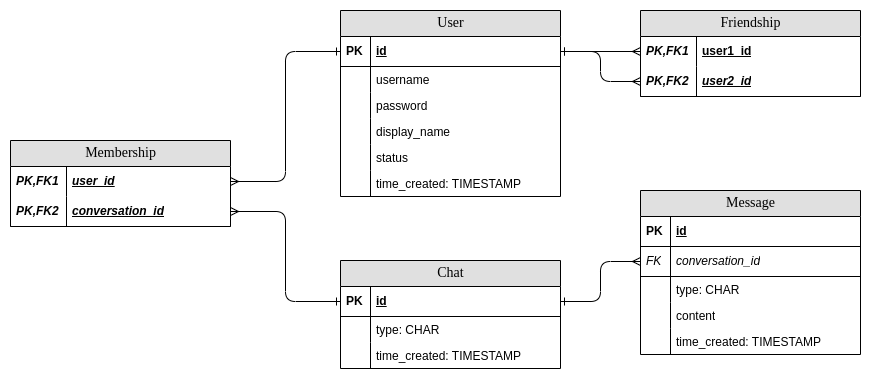
This is Design/database/database-schema.png from vietnq2291/network-programming-project-20222, a draw.io export, as it was before one commit. Source tidied: cells renumbered, new cells last; positions are measured from the earlier drawing's top-left corner, leaving out a move shared by most shapes.
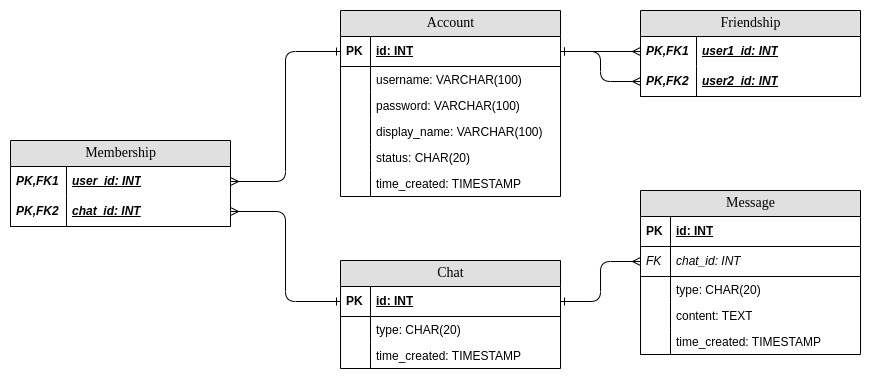
The same diagram one commit later.

Change to the diagram source:
```diff
@@ -5,46 +5,46 @@
     <mxCell id="2" value="Friendship" style="swimlane;html=1;fontStyle=0;horizontal=1;startSize=26;fillColor=#e0e0e0;swimlaneFillColor=#ffffff;align=center;rounded=0;shadow=0;comic=0;labelBackgroundColor=none;strokeWidth=1;fontFamily=Verdana;fontSize=14;" parent="1" vertex="1">
       <mxGeometry x="630" width="220" height="86" as="geometry" />
     </mxCell>
-    <mxCell id="3" value="user1_id" style="shape=partialRectangle;top=0;left=0;right=0;bottom=0;html=1;align=left;verticalAlign=middle;fillColor=none;spacingLeft=60;spacingRight=4;whiteSpace=wrap;overflow=hidden;points=[[0,0.5],[1,0.5]];portConstraint=eastwest;fontStyle=5;" parent="2" vertex="1">
+    <mxCell id="3" value="&lt;i&gt;user1_id: INT&lt;/i&gt;" style="shape=partialRectangle;top=0;left=0;right=0;bottom=0;html=1;align=left;verticalAlign=middle;fillColor=none;spacingLeft=60;spacingRight=4;whiteSpace=wrap;overflow=hidden;points=[[0,0.5],[1,0.5]];portConstraint=eastwest;fontStyle=5;" parent="2" vertex="1">
       <mxGeometry y="26" width="220" height="30" as="geometry" />
     </mxCell>
     <mxCell id="4" value="PK,FK1" style="shape=partialRectangle;fontStyle=3;top=0;left=0;bottom=0;html=1;fillColor=none;align=left;verticalAlign=middle;spacingLeft=4;spacingRight=4;whiteSpace=wrap;overflow=hidden;" parent="3" vertex="1">
       <mxGeometry width="56" height="30" as="geometry" />
     </mxCell>
-    <mxCell id="5" value="user2_id" style="shape=partialRectangle;top=0;left=0;right=0;bottom=1;html=1;align=left;verticalAlign=middle;fillColor=none;spacingLeft=60;spacingRight=4;whiteSpace=wrap;overflow=hidden;points=[[0,0.5],[1,0.5]];portConstraint=eastwest;fontStyle=7;" parent="2" vertex="1">
+    <mxCell id="5" value="user2_id: INT" style="shape=partialRectangle;top=0;left=0;right=0;bottom=1;html=1;align=left;verticalAlign=middle;fillColor=none;spacingLeft=60;spacingRight=4;whiteSpace=wrap;overflow=hidden;points=[[0,0.5],[1,0.5]];portConstraint=eastwest;fontStyle=7;" parent="2" vertex="1">
       <mxGeometry y="56" width="220" height="30" as="geometry" />
     </mxCell>
     <mxCell id="6" value="PK,FK2" style="shape=partialRectangle;fontStyle=3;top=0;left=0;bottom=0;html=1;fillColor=none;align=left;verticalAlign=middle;spacingLeft=4;spacingRight=4;whiteSpace=wrap;overflow=hidden;" parent="5" vertex="1">
       <mxGeometry width="56" height="30" as="geometry" />
     </mxCell>
-    <mxCell id="7" value="User" style="swimlane;html=1;fontStyle=0;horizontal=1;startSize=26;fillColor=#e0e0e0;swimlaneFillColor=#ffffff;align=center;rounded=0;shadow=0;comic=0;labelBackgroundColor=none;strokeWidth=1;fontFamily=Verdana;fontSize=14;" parent="1" vertex="1">
+    <mxCell id="7" value="Account" style="swimlane;html=1;fontStyle=0;horizontal=1;startSize=26;fillColor=#e0e0e0;swimlaneFillColor=#ffffff;align=center;rounded=0;shadow=0;comic=0;labelBackgroundColor=none;strokeWidth=1;fontFamily=Verdana;fontSize=14;" parent="1" vertex="1">
       <mxGeometry x="330" width="220" height="186" as="geometry" />
     </mxCell>
-    <mxCell id="8" value="id" style="shape=partialRectangle;top=0;left=0;right=0;bottom=1;html=1;align=left;verticalAlign=middle;fillColor=none;spacingLeft=34;spacingRight=4;whiteSpace=wrap;overflow=hidden;points=[[0,0.5],[1,0.5]];portConstraint=eastwest;fontStyle=5;" parent="7" vertex="1">
+    <mxCell id="8" value="id: INT" style="shape=partialRectangle;top=0;left=0;right=0;bottom=1;html=1;align=left;verticalAlign=middle;fillColor=none;spacingLeft=34;spacingRight=4;whiteSpace=wrap;overflow=hidden;points=[[0,0.5],[1,0.5]];portConstraint=eastwest;fontStyle=5;" parent="7" vertex="1">
       <mxGeometry y="26" width="220" height="30" as="geometry" />
     </mxCell>
     <mxCell id="9" value="PK" style="shape=partialRectangle;top=0;left=0;bottom=0;html=1;fillColor=none;align=left;verticalAlign=middle;spacingLeft=4;spacingRight=4;whiteSpace=wrap;overflow=hidden;fontStyle=1;" parent="8" vertex="1">
       <mxGeometry width="30" height="30" as="geometry" />
     </mxCell>
-    <mxCell id="10" value="username" style="shape=partialRectangle;top=0;left=0;right=0;bottom=0;html=1;align=left;verticalAlign=top;fillColor=none;spacingLeft=34;spacingRight=4;whiteSpace=wrap;overflow=hidden;" parent="7" vertex="1">
+    <mxCell id="10" value="username: VARCHAR(100)" style="shape=partialRectangle;top=0;left=0;right=0;bottom=0;html=1;align=left;verticalAlign=top;fillColor=none;spacingLeft=34;spacingRight=4;whiteSpace=wrap;overflow=hidden;" parent="7" vertex="1">
       <mxGeometry y="56" width="220" height="26" as="geometry" />
     </mxCell>
     <mxCell id="11" style="shape=partialRectangle;top=0;left=0;bottom=0;html=1;fillColor=none;align=left;verticalAlign=top;spacingLeft=4;spacingRight=4;whiteSpace=wrap;overflow=hidden;" parent="10" vertex="1">
       <mxGeometry width="30" height="26" as="geometry" />
     </mxCell>
-    <mxCell id="12" value="password" style="shape=partialRectangle;top=0;left=0;right=0;bottom=0;html=1;align=left;verticalAlign=top;fillColor=none;spacingLeft=34;spacingRight=4;whiteSpace=wrap;overflow=hidden;" parent="7" vertex="1">
+    <mxCell id="12" value="password: VARCHAR(100)" style="shape=partialRectangle;top=0;left=0;right=0;bottom=0;html=1;align=left;verticalAlign=top;fillColor=none;spacingLeft=34;spacingRight=4;whiteSpace=wrap;overflow=hidden;" parent="7" vertex="1">
       <mxGeometry y="82" width="220" height="26" as="geometry" />
     </mxCell>
     <mxCell id="13" style="shape=partialRectangle;top=0;left=0;bottom=0;html=1;fillColor=none;align=left;verticalAlign=top;spacingLeft=4;spacingRight=4;whiteSpace=wrap;overflow=hidden;" parent="12" vertex="1">
       <mxGeometry width="30" height="26" as="geometry" />
     </mxCell>
-    <mxCell id="14" value="display_name" style="shape=partialRectangle;top=0;left=0;right=0;bottom=0;html=1;align=left;verticalAlign=top;fillColor=none;spacingLeft=34;spacingRight=4;whiteSpace=wrap;overflow=hidden;" parent="7" vertex="1">
+    <mxCell id="14" value="display_name: VARCHAR(100)" style="shape=partialRectangle;top=0;left=0;right=0;bottom=0;html=1;align=left;verticalAlign=top;fillColor=none;spacingLeft=34;spacingRight=4;whiteSpace=wrap;overflow=hidden;" parent="7" vertex="1">
       <mxGeometry y="108" width="220" height="26" as="geometry" />
     </mxCell>
     <mxCell id="15" style="shape=partialRectangle;top=0;left=0;bottom=0;html=1;fillColor=none;align=left;verticalAlign=top;spacingLeft=4;spacingRight=4;whiteSpace=wrap;overflow=hidden;" parent="14" vertex="1">
       <mxGeometry width="30" height="26" as="geometry" />
     </mxCell>
-    <mxCell id="16" value="status" style="shape=partialRectangle;top=0;left=0;right=0;bottom=0;html=1;align=left;verticalAlign=top;fillColor=none;spacingLeft=34;spacingRight=4;whiteSpace=wrap;overflow=hidden;" parent="7" vertex="1">
+    <mxCell id="16" value="status: CHAR(20)" style="shape=partialRectangle;top=0;left=0;right=0;bottom=0;html=1;align=left;verticalAlign=top;fillColor=none;spacingLeft=34;spacingRight=4;whiteSpace=wrap;overflow=hidden;" parent="7" vertex="1">
       <mxGeometry y="134" width="220" height="26" as="geometry" />
     </mxCell>
     <mxCell id="17" style="shape=partialRectangle;top=0;left=0;bottom=0;html=1;fillColor=none;align=left;verticalAlign=top;spacingLeft=4;spacingRight=4;whiteSpace=wrap;overflow=hidden;" parent="16" vertex="1">
@@ -59,25 +59,25 @@
     <mxCell id="20" value="Message" style="swimlane;html=1;fontStyle=0;horizontal=1;startSize=26;fillColor=#e0e0e0;swimlaneFillColor=#ffffff;align=center;rounded=0;shadow=0;comic=0;labelBackgroundColor=none;strokeWidth=1;fontFamily=Verdana;fontSize=14;" parent="1" vertex="1">
       <mxGeometry x="630" y="180" width="220" height="164" as="geometry" />
     </mxCell>
-    <mxCell id="21" value="id" style="shape=partialRectangle;top=0;left=0;right=0;bottom=1;html=1;align=left;verticalAlign=middle;fillColor=none;spacingLeft=34;spacingRight=4;whiteSpace=wrap;overflow=hidden;fontStyle=5;" parent="20" vertex="1">
+    <mxCell id="21" value="id: INT" style="shape=partialRectangle;top=0;left=0;right=0;bottom=1;html=1;align=left;verticalAlign=middle;fillColor=none;spacingLeft=34;spacingRight=4;whiteSpace=wrap;overflow=hidden;fontStyle=5;" parent="20" vertex="1">
       <mxGeometry y="26" width="220" height="30" as="geometry" />
     </mxCell>
     <mxCell id="22" value="PK" style="shape=partialRectangle;top=0;left=0;bottom=0;html=1;fillColor=none;align=left;verticalAlign=middle;spacingLeft=4;spacingRight=4;whiteSpace=wrap;overflow=hidden;fontStyle=1;" parent="21" vertex="1">
       <mxGeometry width="30" height="30" as="geometry" />
     </mxCell>
-    <mxCell id="23" value="conversation_id" style="shape=partialRectangle;top=0;left=0;right=0;bottom=1;html=1;align=left;verticalAlign=middle;fillColor=none;spacingLeft=34;spacingRight=4;whiteSpace=wrap;overflow=hidden;points=[[0,0.5],[1,0.5]];portConstraint=eastwest;fontStyle=2;" parent="20" vertex="1">
+    <mxCell id="23" value="chat_id: INT" style="shape=partialRectangle;top=0;left=0;right=0;bottom=1;html=1;align=left;verticalAlign=middle;fillColor=none;spacingLeft=34;spacingRight=4;whiteSpace=wrap;overflow=hidden;points=[[0,0.5],[1,0.5]];portConstraint=eastwest;fontStyle=2;" parent="20" vertex="1">
       <mxGeometry y="56" width="220" height="30" as="geometry" />
     </mxCell>
     <mxCell id="24" value="FK" style="shape=partialRectangle;top=0;left=0;bottom=0;html=1;fillColor=none;align=left;verticalAlign=middle;spacingLeft=4;spacingRight=4;whiteSpace=wrap;overflow=hidden;fontStyle=2;" parent="23" vertex="1">
       <mxGeometry width="30" height="30" as="geometry" />
     </mxCell>
-    <mxCell id="25" value="type: CHAR" style="shape=partialRectangle;top=0;left=0;right=0;bottom=0;html=1;align=left;verticalAlign=top;fillColor=none;spacingLeft=34;spacingRight=4;whiteSpace=wrap;overflow=hidden;" parent="20" vertex="1">
+    <mxCell id="25" value="type: CHAR(20)" style="shape=partialRectangle;top=0;left=0;right=0;bottom=0;html=1;align=left;verticalAlign=top;fillColor=none;spacingLeft=34;spacingRight=4;whiteSpace=wrap;overflow=hidden;" parent="20" vertex="1">
       <mxGeometry y="86" width="220" height="26" as="geometry" />
     </mxCell>
     <mxCell id="26" style="shape=partialRectangle;top=0;left=0;bottom=0;html=1;fillColor=none;align=left;verticalAlign=top;spacingLeft=4;spacingRight=4;whiteSpace=wrap;overflow=hidden;" parent="25" vertex="1">
       <mxGeometry width="30" height="26" as="geometry" />
     </mxCell>
-    <mxCell id="27" value="content" style="shape=partialRectangle;top=0;left=0;right=0;bottom=0;html=1;align=left;verticalAlign=top;fillColor=none;spacingLeft=34;spacingRight=4;whiteSpace=wrap;overflow=hidden;" parent="20" vertex="1">
+    <mxCell id="27" value="content: TEXT" style="shape=partialRectangle;top=0;left=0;right=0;bottom=0;html=1;align=left;verticalAlign=top;fillColor=none;spacingLeft=34;spacingRight=4;whiteSpace=wrap;overflow=hidden;" parent="20" vertex="1">
       <mxGeometry y="112" width="220" height="26" as="geometry" />
     </mxCell>
     <mxCell id="28" style="shape=partialRectangle;top=0;left=0;bottom=0;html=1;fillColor=none;align=left;verticalAlign=top;spacingLeft=4;spacingRight=4;whiteSpace=wrap;overflow=hidden;" parent="27" vertex="1">
@@ -95,13 +95,13 @@
     <mxCell id="32" value="Membership" style="swimlane;html=1;fontStyle=0;horizontal=1;startSize=26;fillColor=#e0e0e0;swimlaneFillColor=#ffffff;align=center;rounded=0;shadow=0;comic=0;labelBackgroundColor=none;strokeWidth=1;fontFamily=Verdana;fontSize=14;" parent="1" vertex="1">
       <mxGeometry y="130" width="220" height="86" as="geometry" />
     </mxCell>
-    <mxCell id="33" value="user_id" style="shape=partialRectangle;top=0;left=0;right=0;bottom=0;html=1;align=left;verticalAlign=middle;fillColor=none;spacingLeft=60;spacingRight=4;whiteSpace=wrap;overflow=hidden;points=[[0,0.5],[1,0.5]];portConstraint=eastwest;fontStyle=7;" parent="32" vertex="1">
+    <mxCell id="33" value="user_id: INT" style="shape=partialRectangle;top=0;left=0;right=0;bottom=0;html=1;align=left;verticalAlign=middle;fillColor=none;spacingLeft=60;spacingRight=4;whiteSpace=wrap;overflow=hidden;points=[[0,0.5],[1,0.5]];portConstraint=eastwest;fontStyle=7;" parent="32" vertex="1">
       <mxGeometry y="26" width="220" height="30" as="geometry" />
     </mxCell>
     <mxCell id="34" value="PK,FK1" style="shape=partialRectangle;fontStyle=3;top=0;left=0;bottom=0;html=1;fillColor=none;align=left;verticalAlign=middle;spacingLeft=4;spacingRight=4;whiteSpace=wrap;overflow=hidden;" parent="33" vertex="1">
       <mxGeometry width="56" height="30" as="geometry" />
     </mxCell>
-    <mxCell id="35" value="conversation_id" style="shape=partialRectangle;top=0;left=0;right=0;bottom=1;html=1;align=left;verticalAlign=middle;fillColor=none;spacingLeft=60;spacingRight=4;whiteSpace=wrap;overflow=hidden;points=[[0,0.5],[1,0.5]];portConstraint=eastwest;fontStyle=7;" parent="32" vertex="1">
+    <mxCell id="35" value="chat_id: INT" style="shape=partialRectangle;top=0;left=0;right=0;bottom=1;html=1;align=left;verticalAlign=middle;fillColor=none;spacingLeft=60;spacingRight=4;whiteSpace=wrap;overflow=hidden;points=[[0,0.5],[1,0.5]];portConstraint=eastwest;fontStyle=7;" parent="32" vertex="1">
       <mxGeometry y="56" width="220" height="30" as="geometry" />
     </mxCell>
     <mxCell id="36" value="&lt;i&gt;PK,FK2&lt;/i&gt;" style="shape=partialRectangle;fontStyle=1;top=0;left=0;bottom=0;html=1;fillColor=none;align=left;verticalAlign=middle;spacingLeft=4;spacingRight=4;whiteSpace=wrap;overflow=hidden;" parent="35" vertex="1">
@@ -122,13 +122,13 @@
     <mxCell id="41" value="Chat" style="swimlane;html=1;fontStyle=0;horizontal=1;startSize=26;fillColor=#e0e0e0;swimlaneFillColor=#ffffff;align=center;rounded=0;shadow=0;comic=0;labelBackgroundColor=none;strokeWidth=1;fontFamily=Verdana;fontSize=14;" parent="1" vertex="1">
       <mxGeometry x="330" y="250" width="220" height="108" as="geometry" />
     </mxCell>
-    <mxCell id="42" value="id" style="shape=partialRectangle;top=0;left=0;right=0;bottom=1;html=1;align=left;verticalAlign=middle;fillColor=none;spacingLeft=34;spacingRight=4;whiteSpace=wrap;overflow=hidden;points=[[0,0.5],[1,0.5]];portConstraint=eastwest;fontStyle=5;" parent="41" vertex="1">
+    <mxCell id="42" value="id: INT" style="shape=partialRectangle;top=0;left=0;right=0;bottom=1;html=1;align=left;verticalAlign=middle;fillColor=none;spacingLeft=34;spacingRight=4;whiteSpace=wrap;overflow=hidden;points=[[0,0.5],[1,0.5]];portConstraint=eastwest;fontStyle=5;" parent="41" vertex="1">
       <mxGeometry y="26" width="220" height="30" as="geometry" />
     </mxCell>
     <mxCell id="43" value="PK" style="shape=partialRectangle;top=0;left=0;bottom=0;html=1;fillColor=none;align=left;verticalAlign=middle;spacingLeft=4;spacingRight=4;whiteSpace=wrap;overflow=hidden;fontStyle=1;" parent="42" vertex="1">
       <mxGeometry width="30" height="30" as="geometry" />
     </mxCell>
-    <mxCell id="44" value="type: CHAR" style="shape=partialRectangle;top=0;left=0;right=0;bottom=0;html=1;align=left;verticalAlign=top;fillColor=none;spacingLeft=34;spacingRight=4;whiteSpace=wrap;overflow=hidden;" parent="41" vertex="1">
+    <mxCell id="44" value="type: CHAR(20)" style="shape=partialRectangle;top=0;left=0;right=0;bottom=0;html=1;align=left;verticalAlign=top;fillColor=none;spacingLeft=34;spacingRight=4;whiteSpace=wrap;overflow=hidden;" parent="41" vertex="1">
       <mxGeometry y="56" width="220" height="26" as="geometry" />
     </mxCell>
     <mxCell id="45" style="shape=partialRectangle;top=0;left=0;bottom=0;html=1;fillColor=none;align=left;verticalAlign=top;spacingLeft=4;spacingRight=4;whiteSpace=wrap;overflow=hidden;" parent="44" vertex="1">
```
